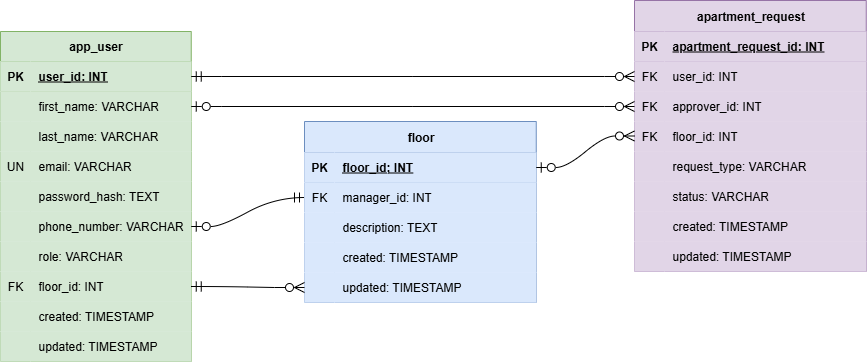
nghlong3004/apartment-management keeps this draw.io diagram as docs/ERD.png. Above is the earlier version. Source tidied: cells renumbered, new cells last; positions are measured from the earlier drawing's top-left corner, leaving out a move shared by most shapes.
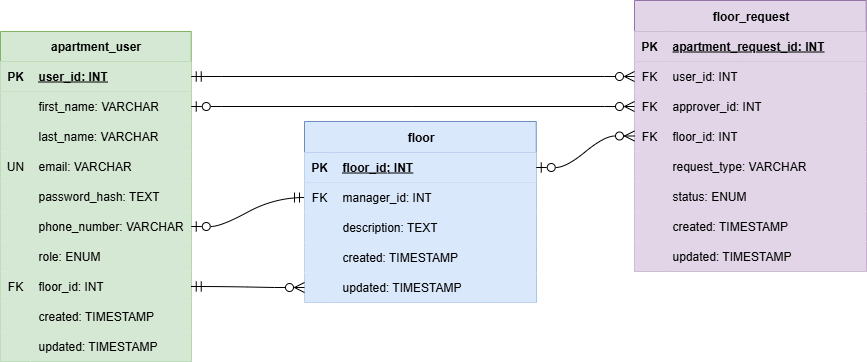
Later version of the same file.

Commit message:
docs: Update entity relationship diagram

What changed in the source:
```diff
@@ -2,7 +2,7 @@
   <root>
     <mxCell id="0" />
     <mxCell id="1" parent="0" />
-    <mxCell id="2" value="app_user" style="shape=table;startSize=30;rowLines=0;fontStyle=1;align=center;html=1;fillColor=#d5e8d4;strokeColor=#82b366;" parent="1" vertex="1">
+    <mxCell id="2" value="apartment_user" style="shape=table;startSize=30;rowLines=0;fontStyle=1;align=center;html=1;fillColor=#d5e8d4;strokeColor=#82b366;" parent="1" vertex="1">
       <mxGeometry y="31" width="190.8" height="330" as="geometry" />
     </mxCell>
     <mxCell id="3" style="shape=tableRow;horizontal=0;startSize=0;swimlaneHead=0;swimlaneBody=0;fillColor=#d5e8d4;points=[[0,0.5],[1,0.5]];portConstraint=eastwest;top=0;left=0;right=0;bottom=1;strokeColor=#82b366;" parent="2" vertex="1">
@@ -65,7 +65,7 @@
     <mxCell id="22" style="shape=partialRectangle;fillColor=#d5e8d4;top=0;left=0;bottom=0;right=0;overflow=hidden;whiteSpace=wrap;html=1;strokeColor=#82b366;" parent="21" vertex="1">
       <mxGeometry width="30" height="30" as="geometry" />
     </mxCell>
-    <mxCell id="23" value="role: VARCHAR" style="shape=partialRectangle;fillColor=#d5e8d4;top=0;left=0;bottom=0;right=0;align=left;spacingLeft=6;overflow=hidden;whiteSpace=wrap;html=1;strokeColor=#82b366;" parent="21" vertex="1">
+    <mxCell id="23" value="role: ENUM" style="shape=partialRectangle;fillColor=#d5e8d4;top=0;left=0;bottom=0;right=0;align=left;spacingLeft=6;overflow=hidden;whiteSpace=wrap;html=1;strokeColor=#82b366;" parent="21" vertex="1">
       <mxGeometry x="30" width="160.8" height="30" as="geometry" />
     </mxCell>
     <mxCell id="24" style="shape=tableRow;horizontal=0;startSize=0;swimlaneHead=0;swimlaneBody=0;fillColor=#d5e8d4;points=[[0,0.5],[1,0.5]];portConstraint=eastwest;top=0;left=0;right=0;bottom=0;strokeColor=#82b366;" parent="2" vertex="1">
@@ -95,7 +95,7 @@
     <mxCell id="32" value="updated: TIMESTAMP" style="shape=partialRectangle;fillColor=#d5e8d4;top=0;left=0;bottom=0;right=0;align=left;spacingLeft=6;overflow=hidden;whiteSpace=wrap;html=1;strokeColor=#82b366;" parent="30" vertex="1">
       <mxGeometry x="30" width="160.8" height="30" as="geometry" />
     </mxCell>
-    <mxCell id="33" value="apartment_request" style="shape=table;startSize=31;rowLines=0;fontStyle=1;align=center;html=1;fillColor=#e1d5e7;strokeColor=#9673a6;" parent="1" vertex="1">
+    <mxCell id="33" value="floor_request" style="shape=table;startSize=31;rowLines=0;fontStyle=1;align=center;html=1;fillColor=#e1d5e7;strokeColor=#9673a6;" parent="1" vertex="1">
       <mxGeometry x="634" width="231.8" height="271" as="geometry" />
     </mxCell>
     <mxCell id="34" style="shape=tableRow;horizontal=0;startSize=0;swimlaneHead=0;swimlaneBody=0;fillColor=#e1d5e7;top=0;left=0;right=0;bottom=1;strokeColor=#9673a6;" parent="33" vertex="1">
@@ -149,7 +149,7 @@
     <mxCell id="50" style="shape=partialRectangle;fillColor=#e1d5e7;top=0;left=0;bottom=0;right=0;overflow=hidden;whiteSpace=wrap;html=1;strokeColor=#9673a6;" parent="49" vertex="1">
       <mxGeometry width="30" height="30" as="geometry" />
     </mxCell>
-    <mxCell id="51" value="status: VARCHAR" style="shape=partialRectangle;fillColor=#e1d5e7;top=0;left=0;bottom=0;right=0;align=left;spacingLeft=6;overflow=hidden;whiteSpace=wrap;html=1;strokeColor=#9673a6;" parent="49" vertex="1">
+    <mxCell id="51" value="status: ENUM" style="shape=partialRectangle;fillColor=#e1d5e7;top=0;left=0;bottom=0;right=0;align=left;spacingLeft=6;overflow=hidden;whiteSpace=wrap;html=1;strokeColor=#9673a6;" parent="49" vertex="1">
       <mxGeometry x="30" width="201.8" height="30" as="geometry" />
     </mxCell>
     <mxCell id="52" style="shape=tableRow;horizontal=0;startSize=0;swimlaneHead=0;swimlaneBody=0;fillColor=#e1d5e7;top=0;left=0;right=0;bottom=0;strokeColor=#9673a6;" parent="33" vertex="1">
```
